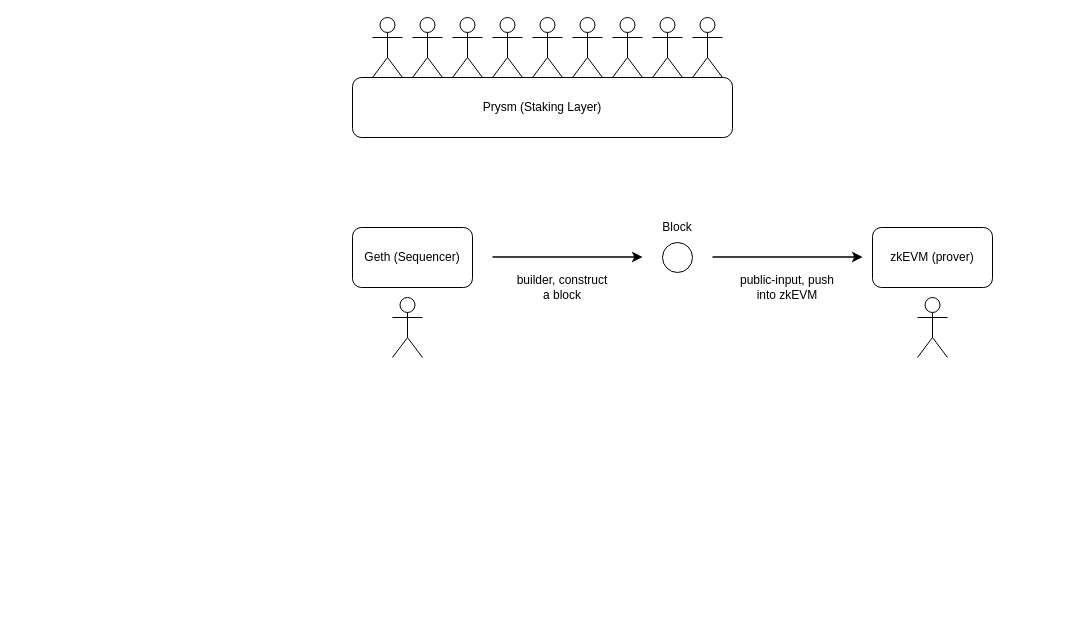
The draw.io diagram scroll/idea: reuse beacon chain.drawio in 0xyicheng/a-research-diagram, before the edit. Source tidied: cells renumbered, new cells numbered last; positions are measured from the earlier drawing's top-left corner, leaving out a move shared by most shapes. Both pictures are drawn from the tidied source at 100%, with x=0, y=0 at pixel (352, 17).
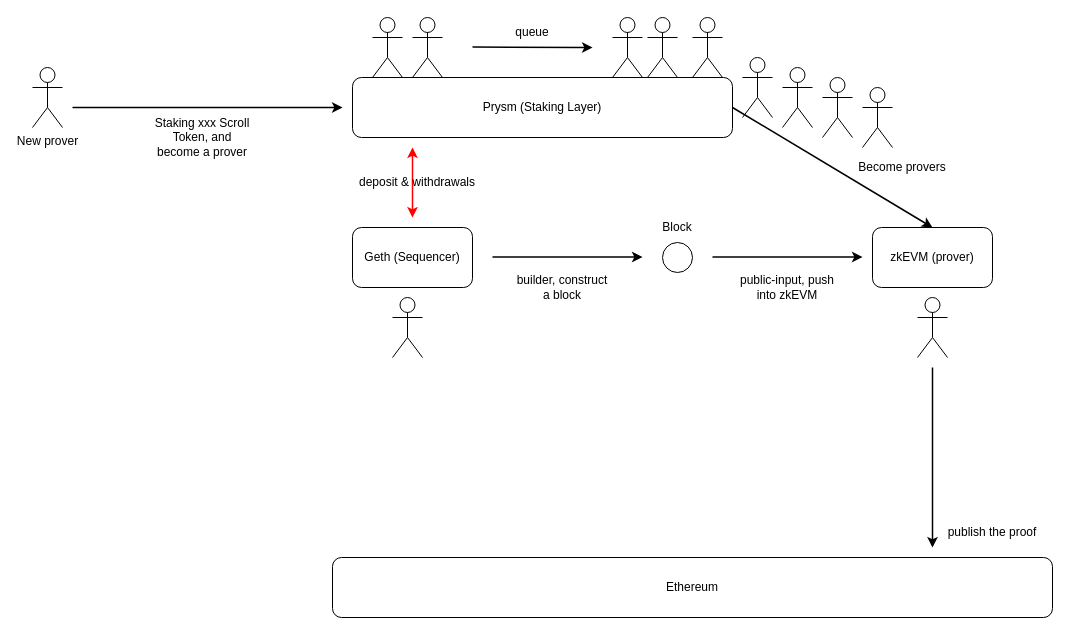
Above is the later version.

The change refers to these unchanged cells:
```xml
<mxCell id="3" value="zkEVM (prover)" style="rounded=1;whiteSpace=wrap;html=1;" parent="1" vertex="1">
  <mxGeometry x="520" y="210" width="120" height="60" as="geometry" />
</mxCell>
<mxCell id="12" value="Prysm (Staking Layer)" style="rounded=1;whiteSpace=wrap;html=1;" parent="1" vertex="1">
  <mxGeometry y="60" width="380" height="60" as="geometry" />
</mxCell>
```

The edit, as a diff of the source:
```diff
@@
     <mxCell id="15" style="shape=umlActor;verticalLabelPosition=bottom;verticalAlign=top;html=1;" parent="1" vertex="1">
-      <mxGeometry x="100" width="30" height="60" as="geometry" />
+      <mxGeometry x="260" width="30" height="60" as="geometry" />
     </mxCell>
     <mxCell id="16" style="shape=umlActor;verticalLabelPosition=bottom;verticalAlign=top;html=1;" parent="1" vertex="1">
-      <mxGeometry x="140" width="30" height="60" as="geometry" />
+      <mxGeometry x="295" width="30" height="60" as="geometry" />
     </mxCell>
     <mxCell id="17" style="shape=umlActor;verticalLabelPosition=bottom;verticalAlign=top;html=1;" parent="1" vertex="1">
-      <mxGeometry x="180" width="30" height="60" as="geometry" />
+      <mxGeometry x="340" width="30" height="60" as="geometry" />
     </mxCell>
     <mxCell id="18" style="shape=umlActor;verticalLabelPosition=bottom;verticalAlign=top;html=1;" parent="1" vertex="1">
-      <mxGeometry x="220" width="30" height="60" as="geometry" />
+      <mxGeometry x="390" y="40" width="30" height="60" as="geometry" />
     </mxCell>
     <mxCell id="19" style="shape=umlActor;verticalLabelPosition=bottom;verticalAlign=top;html=1;" parent="1" vertex="1">
-      <mxGeometry x="260" width="30" height="60" as="geometry" />
+      <mxGeometry x="430" y="50" width="30" height="60" as="geometry" />
     </mxCell>
     <mxCell id="20" style="shape=umlActor;verticalLabelPosition=bottom;verticalAlign=top;html=1;" parent="1" vertex="1">
-      <mxGeometry x="300" width="30" height="60" as="geometry" />
+      <mxGeometry x="470" y="60" width="30" height="60" as="geometry" />
     </mxCell>
     <mxCell id="21" style="shape=umlActor;verticalLabelPosition=bottom;verticalAlign=top;html=1;" parent="1" vertex="1">
-      <mxGeometry x="340" width="30" height="60" as="geometry" />
+      <mxGeometry x="510" y="70" width="30" height="60" as="geometry" />
     </mxCell>
+    <mxCell id="22" value="Ethereum" style="rounded=1;whiteSpace=wrap;html=1;" parent="1" vertex="1">
+      <mxGeometry x="-20" y="540" width="720" height="60" as="geometry" />
+    </mxCell>
+    <mxCell id="23" style="endArrow=classic;html=1;rounded=0;strokeWidth=1.5;" parent="1" edge="1">
+      <mxGeometry relative="1" as="geometry">
+        <mxPoint x="580" y="350" as="sourcePoint" />
+        <mxPoint x="580" y="530" as="targetPoint" />
+      </mxGeometry>
+    </mxCell>
+    <mxCell id="24" value="publish the proof" style="text;html=1;strokeColor=none;fillColor=none;align=center;verticalAlign=middle;whiteSpace=wrap;rounded=0;" parent="1" vertex="1">
+      <mxGeometry x="580" y="500" width="120" height="30" as="geometry" />
+    </mxCell>
+    <mxCell id="25" value="New prover" style="shape=umlActor;verticalLabelPosition=bottom;verticalAlign=top;html=1;" parent="1" vertex="1">
+      <mxGeometry x="-320" y="50" width="30" height="60" as="geometry" />
+    </mxCell>
+    <mxCell id="26" style="endArrow=classic;html=1;rounded=0;strokeWidth=1.5;" parent="1" edge="1">
+      <mxGeometry relative="1" as="geometry">
+        <mxPoint x="-280" y="90" as="sourcePoint" />
+        <mxPoint x="-10" y="90" as="targetPoint" />
+      </mxGeometry>
+    </mxCell>
+    <mxCell id="27" value="Staking xxx Scroll Token, and become a prover" style="text;html=1;strokeColor=none;fillColor=none;align=center;verticalAlign=middle;whiteSpace=wrap;rounded=0;" parent="1" vertex="1">
+      <mxGeometry x="-200" y="100" width="100" height="40" as="geometry" />
+    </mxCell>
+    <mxCell id="28" style="endArrow=classic;html=1;rounded=0;strokeWidth=1.5;exitX=1;exitY=0.5;exitDx=0;exitDy=0;entryX=0.5;entryY=0;entryDx=0;entryDy=0;" parent="1" edge="1" source="12" target="3">
+      <mxGeometry relative="1" as="geometry" />
+    </mxCell>
+    <mxCell id="29" value="Become provers" style="text;html=1;strokeColor=none;fillColor=none;align=center;verticalAlign=middle;whiteSpace=wrap;rounded=0;" parent="1" vertex="1">
+      <mxGeometry x="500" y="130" width="100" height="40" as="geometry" />
+    </mxCell>
+    <mxCell id="30" style="endArrow=classic;html=1;rounded=0;strokeWidth=1.5;" parent="1" edge="1">
+      <mxGeometry relative="1" as="geometry">
+        <mxPoint x="120" y="29.5" as="sourcePoint" />
+        <mxPoint x="240" y="30" as="targetPoint" />
+      </mxGeometry>
+    </mxCell>
+    <mxCell id="31" value="queue" style="text;html=1;strokeColor=none;fillColor=none;align=center;verticalAlign=middle;whiteSpace=wrap;rounded=0;" parent="1" vertex="1">
+      <mxGeometry x="150" width="60" height="30" as="geometry" />
+    </mxCell>
+    <mxCell id="32" style="endArrow=classic;startArrow=classic;html=1;rounded=0;strokeWidth=1.5;fillColor=#f8cecc;strokeColor=#FF0000;" parent="1" edge="1">
+      <mxGeometry relative="1" as="geometry">
+        <mxPoint x="60" y="200" as="sourcePoint" />
+        <mxPoint x="60" y="130" as="targetPoint" />
+      </mxGeometry>
+    </mxCell>
+    <mxCell id="33" value="deposit &amp;amp; withdrawals" style="text;html=1;strokeColor=none;fillColor=none;align=center;verticalAlign=middle;whiteSpace=wrap;rounded=0;" parent="1" vertex="1">
+      <mxGeometry y="150" width="130" height="30" as="geometry" />
+    </mxCell>
```
